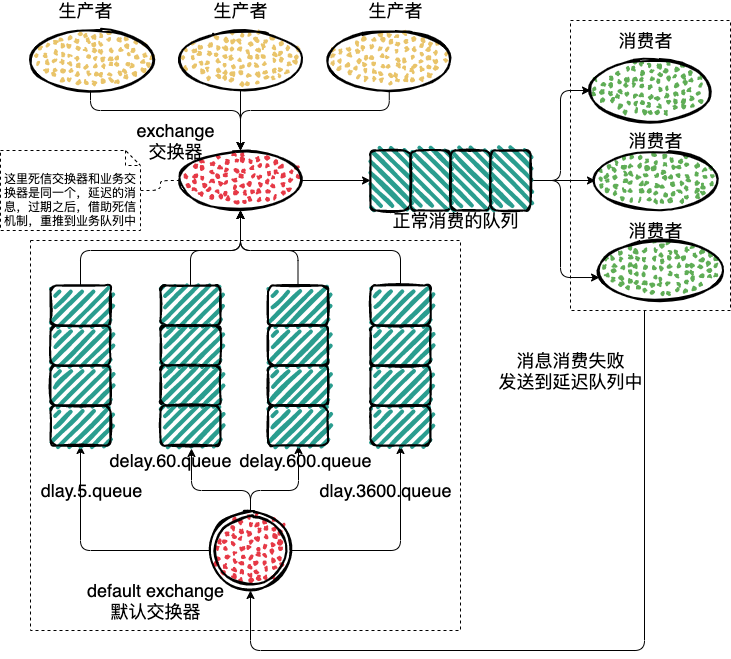
Above: img/mq-dead-queue.png in boilingfrog/Go-POINT (draw.io), before the change. Source tidied: cells renumbered, new cells last; positions are measured from the earlier drawing's top-left corner, leaving out a move shared by most shapes.
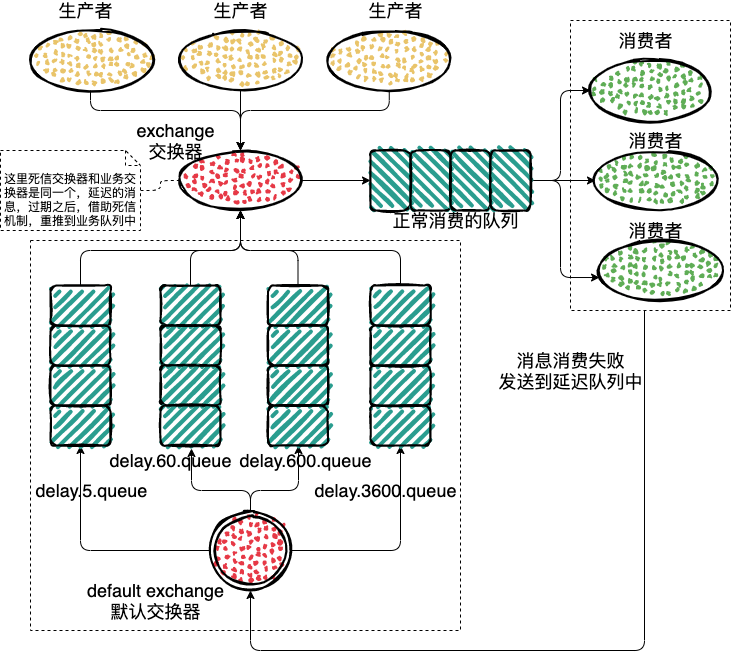
The same diagram one commit later.

What changed in the source:
```diff
@@ -206,8 +206,8 @@
     <mxCell id="50" style="rounded=1;whiteSpace=wrap;html=1;strokeWidth=2;fillWeight=4;hachureGap=8;hachureAngle=45;sketch=1;fillColor=#2A9D8F;direction=south;" parent="1" vertex="1">
       <mxGeometry x="50" y="405" width="60" height="40" as="geometry" />
     </mxCell>
-    <mxCell id="51" value="&lt;span style=&quot;font-size: 18px&quot;&gt;dlay.5.queue&lt;/span&gt;" style="text;html=1;align=center;verticalAlign=middle;strokeColor=none;strokeWidth=1;" parent="1" vertex="1">
-      <mxGeometry x="31.2" y="480" width="120" height="20" as="geometry" />
+    <mxCell id="51" value="&lt;span style=&quot;font-size: 18px&quot;&gt;delay.5.queue&lt;/span&gt;" style="text;html=1;align=center;verticalAlign=middle;strokeColor=none;strokeWidth=1;" parent="1" vertex="1">
+      <mxGeometry x="26.2" y="480" width="130" height="20" as="geometry" />
     </mxCell>
     <mxCell id="52" style="edgeStyle=orthogonalEdgeStyle;html=1;entryX=0.5;entryY=0;entryDx=0;entryDy=0;strokeWidth=1;" parent="1" edge="1" source="53" target="19">
       <mxGeometry relative="1" as="geometry" />
@@ -241,8 +241,8 @@
         <mxPoint x="140" y="190" as="sourcePoint" />
       </mxGeometry>
     </mxCell>
-    <mxCell id="62" value="&lt;span style=&quot;font-size: 18px&quot;&gt;dlay.3600.queue&lt;/span&gt;" style="text;html=1;align=center;verticalAlign=middle;strokeColor=none;strokeWidth=1;" parent="1" vertex="1">
-      <mxGeometry x="310" y="480" width="150" height="20" as="geometry" />
+    <mxCell id="62" value="&lt;span style=&quot;font-size: 18px&quot;&gt;delay.3600.queue&lt;/span&gt;" style="text;html=1;align=center;verticalAlign=middle;strokeColor=none;strokeWidth=1;" parent="1" vertex="1">
+      <mxGeometry x="305" y="480" width="160" height="20" as="geometry" />
     </mxCell>
     <mxCell id="63" value="这里死信交换器和业务交换器是同一个，延迟的消息，过期之后，借助死信机制，重推到业务队列中" style="shape=note2;boundedLbl=1;whiteSpace=wrap;html=1;size=15;verticalAlign=top;align=center;dashed=1;strokeWidth=1;" parent="1" vertex="1">
       <mxGeometry y="150" width="140" height="80" as="geometry" />
```
